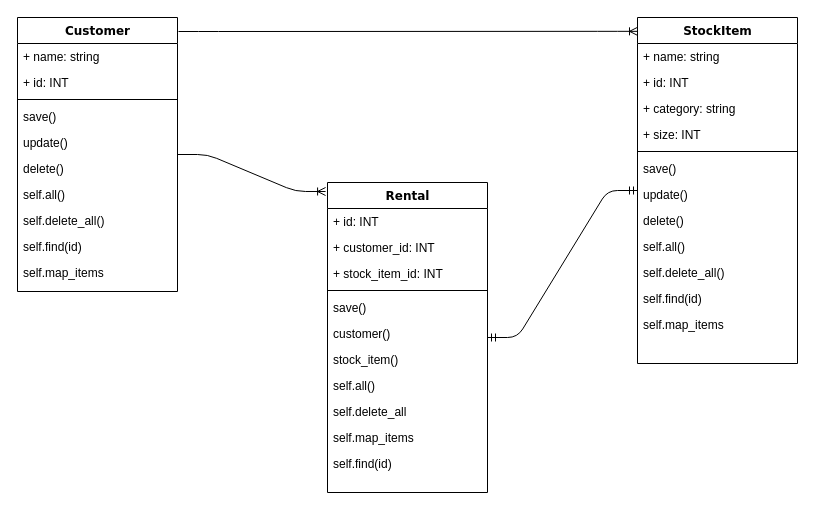
Earlier version of the draw.io diagram PDA/Diagrams/kite_rental_class_diagram.drawio (ED1978/Kitesurf-Rental-Store). Source tidied: cells renumbered, new cells numbered last; positions are measured from the earlier drawing's top-left corner, leaving out a move shared by most shapes. Both pictures are drawn from the tidied source at 100%, with x=0, y=0 at pixel (17, 17).
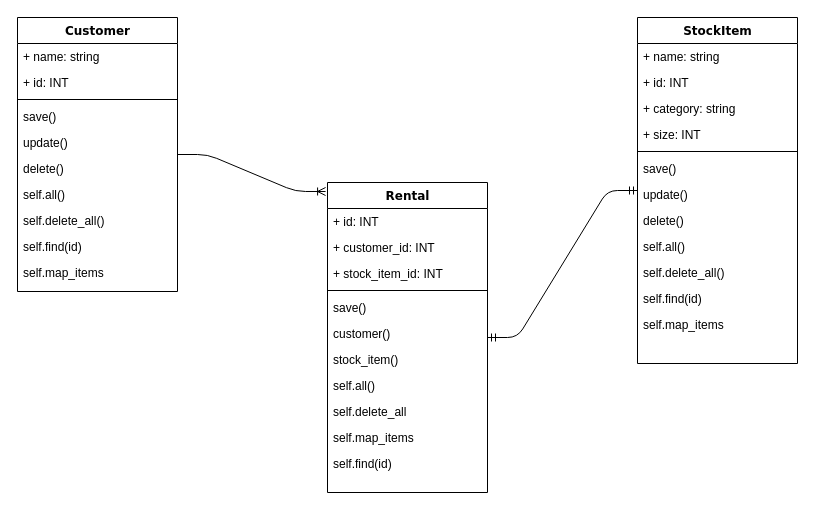
The same page after the edit.

Commit message (it also covers changes not shown here):
update customer activity diagram

Unchanged cells that the change refers to:
```xml
<mxCell id="2" value="StockItem" style="swimlane;html=1;fontStyle=1;align=center;verticalAlign=top;horizontal=1;startSize=26;swimlaneFillColor=#ffffff;rounded=0;shadow=0;comic=0;labelBackgroundColor=none;strokeColor=#000000;strokeWidth=1;fillColor=none;fontFamily=Verdana;fontSize=12;fontColor=#000000;" parent="1" vertex="1">
  <mxGeometry x="620" width="160" height="346" as="geometry" />
</mxCell>
```

Change to the diagram source:
```diff
@@
-    <mxCell id="38" style="edgeStyle=entityRelationEdgeStyle;fontSize=12;html=1;endArrow=ERoneToMany;entryX=0;entryY=0.04;entryDx=0;entryDy=0;entryPerimeter=0;" parent="1" edge="1" target="2">
-      <mxGeometry relative="1" as="geometry">
-        <mxPoint x="161" y="14" as="sourcePoint" />
-      </mxGeometry>
-    </mxCell>
```
